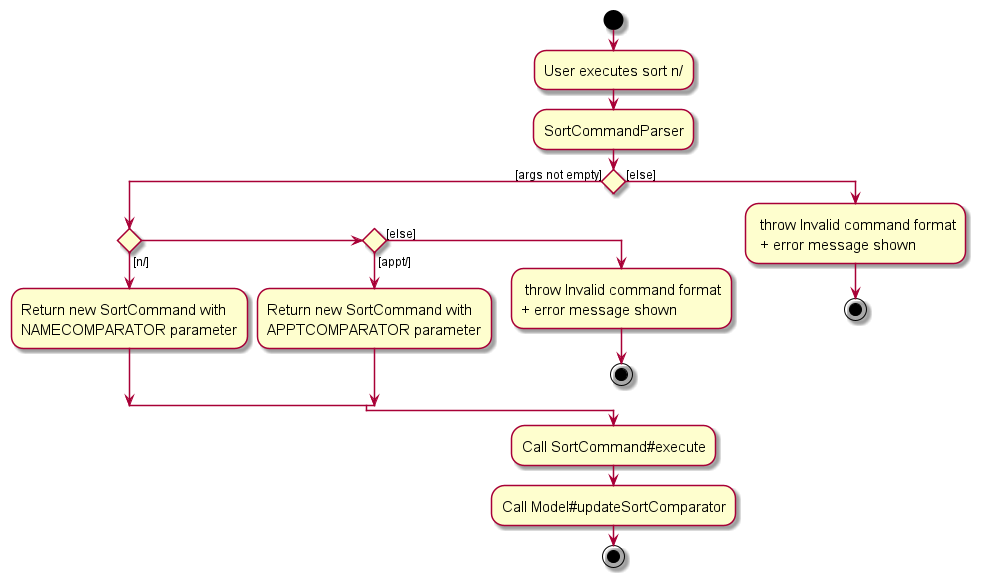
Before: docs/images/SortActivityDiagram.png, a diagram exported from PlantUML (syamfarh/tp).
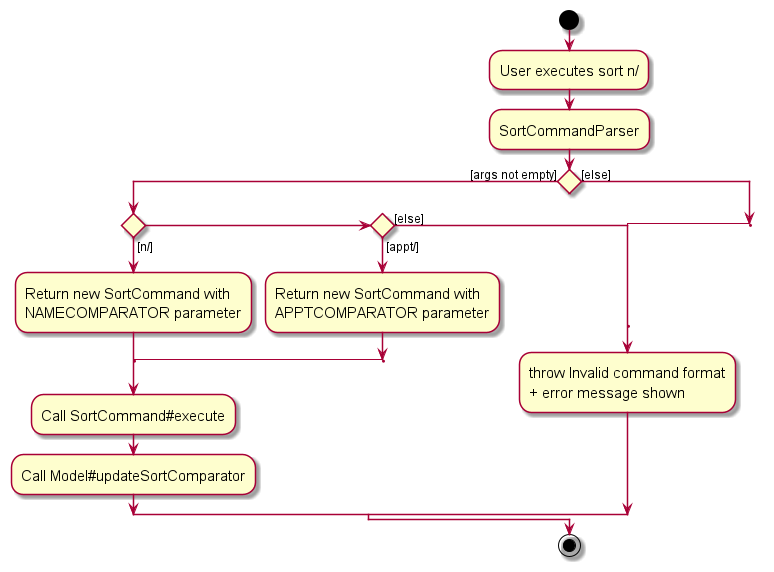
Later version of the same file.

Commit message:
update activity diagram

Change to the diagram source:
```diff
@@ -4,28 +4,29 @@
 skinparam ArrowFontSize 12
 
 start
-
 :User executes sort n/;
 :SortCommandParser;
 if () then ([args not empty])
   if () then ([n/])
   :Return new SortCommand with
   NAMECOMPARATOR parameter;
+  label aa
+  :Call SortCommand#execute;
+  :Call Model#updateSortComparator;
   else if () then ([appt/])
   :Return new SortCommand with
   APPTCOMPARATOR parameter;
+  goto aa
   else ([else])
-  : throw Invalid command format
+  label aa
+  :throw Invalid command format
   + error message shown;
-  stop;
+  label g
   endif
 else ([else]);
-  : throw Invalid command format
-   + error message shown;
-   stop;
+  label ace
+  goto aa
 endif
-:Call SortCommand#execute;
-:Call Model#updateSortComparator;
 stop
 
 @enduml
```
